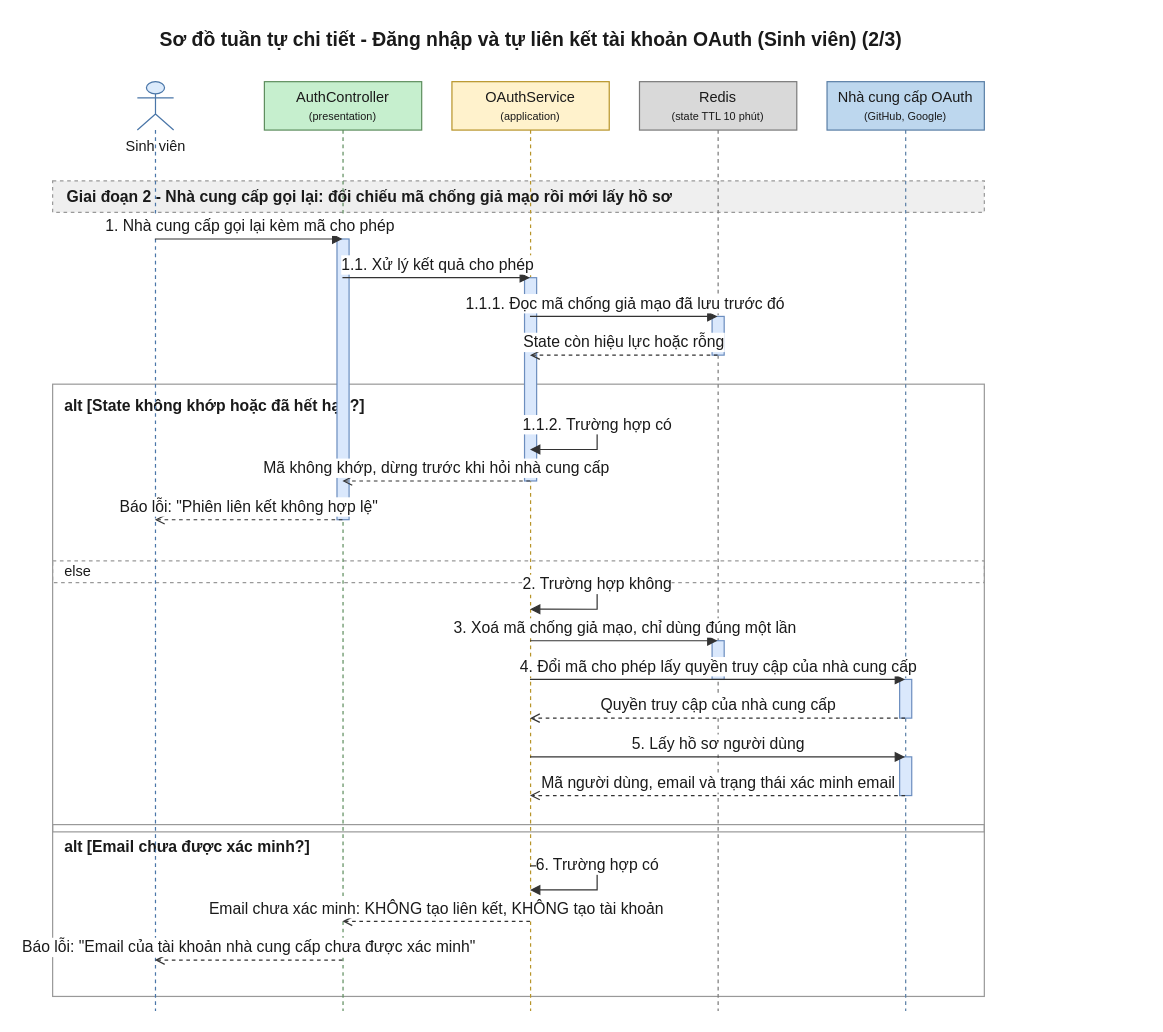
The draw.io diagram 08-diagram/sequence/user/sequence_user_lien_ket_oauth_p2.drawio in daiphu1801/PRJ_ALGOPREP, before the edit. Source tidied: cells renumbered, new cells numbered last; positions are measured from the earlier drawing's top-left corner, leaving out a move shared by most shapes. Both pictures are drawn from the tidied source at 121%, with x=0, y=0 at pixel (52, 21).
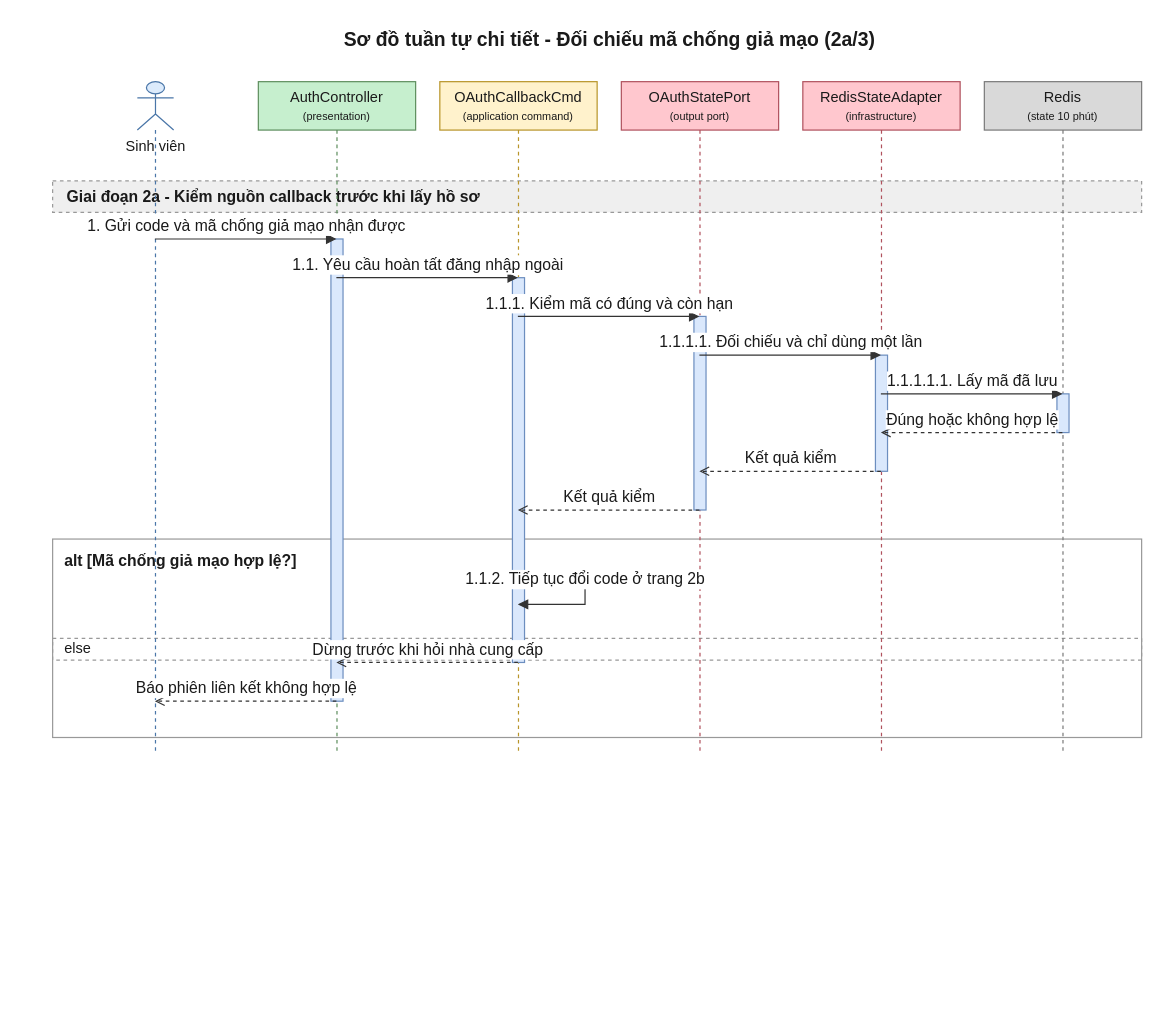
The same diagram, later.

What changed in the source:
```diff
@@
-    <mxCell id="2" value="Sơ đồ tuần tự chi tiết - Đăng nhập và tự liên kết tài khoản OAuth (Sinh viên) (2/3)" style="text;html=1;fontSize=16;fontStyle=1;align=center;verticalAlign=middle;fontColor=#1A1A1A;" parent="1" vertex="1">
-      <mxGeometry x="20" width="750" height="30" as="geometry" />
+    <mxCell id="2" value="Sơ đồ tuần tự chi tiết - Đối chiếu mã chống giả mạo (2a/3)" style="text;html=1;fontSize=16;fontStyle=1;align=center;verticalAlign=middle;fontColor=#1A1A1A;" parent="1" vertex="1">
+      <mxGeometry x="20" width="880" height="30" as="geometry" />
     </mxCell>
-    <mxCell id="3" value="alt [State không khớp hoặc đã hết hạn?]" style="algoprep=alt;rounded=0;whiteSpace=wrap;html=1;fillColor=none;strokeColor=#999999;verticalAlign=top;align=left;spacingLeft=8;spacingTop=4;fontColor=#1A1A1A;fontSize=13;fontStyle=1;dashed=0;" parent="1" vertex="1">
-      <mxGeometry y="300" width="770" height="370" as="geometry" />
+    <mxCell id="3" value="alt [Mã chống giả mạo hợp lệ?]" style="algoprep=alt;rounded=0;whiteSpace=wrap;html=1;fillColor=none;strokeColor=#999999;verticalAlign=top;align=left;spacingLeft=8;spacingTop=4;fontColor=#1A1A1A;fontSize=13;fontStyle=1;dashed=0;" parent="1" vertex="1">
+      <mxGeometry y="428" width="900" height="164" as="geometry" />
     </mxCell>
     <mxCell id="4" value="else" style="text;html=1;dashed=1;strokeColor=#999999;fillColor=none;align=left;verticalAlign=middle;spacingLeft=8;fontColor=#1A1A1A;fontSize=12;" parent="1" vertex="1">
-      <mxGeometry y="446" width="770" height="18" as="geometry" />
+      <mxGeometry y="510" width="900" height="18" as="geometry" />
     </mxCell>
-    <mxCell id="5" value="alt [Email chưa được xác minh?]" style="algoprep=alt;rounded=0;whiteSpace=wrap;html=1;fillColor=none;strokeColor=#999999;verticalAlign=top;align=left;spacingLeft=8;spacingTop=4;fontColor=#1A1A1A;fontSize=13;fontStyle=1;dashed=0;" parent="1" vertex="1">
-      <mxGeometry y="664" width="770" height="142" as="geometry" />
+    <mxCell id="5" value="Giai đoạn 2a - Kiểm nguồn callback trước khi lấy hồ sơ" style="algoprep=phase;rounded=0;whiteSpace=wrap;html=1;fillColor=#EFEFEF;strokeColor=#999999;dashed=1;align=left;verticalAlign=middle;spacingLeft=10;fontColor=#1A1A1A;fontSize=13;fontStyle=1;" parent="1" vertex="1">
+      <mxGeometry y="132" width="900" height="26" as="geometry" />
     </mxCell>
-    <mxCell id="6" value="Giai đoạn 2 - Nhà cung cấp gọi lại: đối chiếu mã chống giả mạo rồi mới lấy hồ sơ" style="algoprep=phase;rounded=0;whiteSpace=wrap;html=1;fillColor=#EFEFEF;strokeColor=#999999;dashed=1;align=left;verticalAlign=middle;spacingLeft=10;fontColor=#1A1A1A;fontSize=13;fontStyle=1;" parent="1" vertex="1">
-      <mxGeometry y="132" width="770" height="26" as="geometry" />
+    <mxCell id="6" value="Sinh viên" style="shape=umlLifeline;participant=umlActor;perimeter=lifelinePerimeter;html=1;outlineConnect=0;size=40;verticalAlign=top;spacingTop=40;fillColor=#DCEBFC;strokeColor=#4A76A8;fontColor=#1A1A1A;" parent="1" vertex="1">
+      <mxGeometry x="70" y="50" width="30" height="554" as="geometry" />
     </mxCell>
-    <mxCell id="7" value="Sinh viên" style="shape=umlLifeline;participant=umlActor;perimeter=lifelinePerimeter;html=1;outlineConnect=0;size=40;verticalAlign=top;spacingTop=40;fillColor=#DCEBFC;strokeColor=#4A76A8;fontColor=#1A1A1A;" parent="1" vertex="1">
-      <mxGeometry x="70" y="50" width="30" height="768" as="geometry" />
+    <mxCell id="7" value="AuthController&lt;br&gt;&lt;font style=&quot;font-size:9px&quot;&gt;(presentation)&lt;/font&gt;" style="shape=umlLifeline;perimeter=lifelinePerimeter;whiteSpace=wrap;html=1;outlineConnect=0;size=40;fillColor=#C6EFCE;strokeColor=#5E8E5E;fontColor=#1A1A1A;" parent="1" vertex="1">
+      <mxGeometry x="170" y="50" width="130" height="554" as="geometry" />
     </mxCell>
-    <mxCell id="8" value="AuthController&lt;br&gt;&lt;font style=&quot;font-size:9px&quot;&gt;(presentation)&lt;/font&gt;" style="shape=umlLifeline;perimeter=lifelinePerimeter;whiteSpace=wrap;html=1;outlineConnect=0;size=40;fillColor=#C6EFCE;strokeColor=#5E8E5E;fontColor=#1A1A1A;" parent="1" vertex="1">
-      <mxGeometry x="175" y="50" width="130" height="768" as="geometry" />
+    <mxCell id="8" value="OAuthCallbackCmd&lt;br&gt;&lt;font style=&quot;font-size:9px&quot;&gt;(application command)&lt;/font&gt;" style="shape=umlLifeline;perimeter=lifelinePerimeter;whiteSpace=wrap;html=1;outlineConnect=0;size=40;fillColor=#FFF2CC;strokeColor=#B8952A;fontColor=#1A1A1A;" parent="1" vertex="1">
+      <mxGeometry x="320" y="50" width="130" height="554" as="geometry" />
     </mxCell>
-    <mxCell id="9" value="OAuthService&lt;br&gt;&lt;font style=&quot;font-size:9px&quot;&gt;(application)&lt;/font&gt;" style="shape=umlLifeline;perimeter=lifelinePerimeter;whiteSpace=wrap;html=1;outlineConnect=0;size=40;fillColor=#FFF2CC;strokeColor=#B8952A;fontColor=#1A1A1A;" parent="1" vertex="1">
-      <mxGeometry x="330" y="50" width="130" height="768" as="geometry" />
+    <mxCell id="9" value="OAuthStatePort&lt;br&gt;&lt;font style=&quot;font-size:9px&quot;&gt;(output port)&lt;/font&gt;" style="shape=umlLifeline;perimeter=lifelinePerimeter;whiteSpace=wrap;html=1;outlineConnect=0;size=40;fillColor=#FFC7CE;strokeColor=#B0525E;fontColor=#1A1A1A;" parent="1" vertex="1">
+      <mxGeometry x="470" y="50" width="130" height="554" as="geometry" />
     </mxCell>
-    <mxCell id="10" value="Redis&lt;br&gt;&lt;font style=&quot;font-size:9px&quot;&gt;(state TTL 10 phút)&lt;/font&gt;" style="shape=umlLifeline;perimeter=lifelinePerimeter;whiteSpace=wrap;html=1;outlineConnect=0;size=40;fillColor=#D9D9D9;strokeColor=#7A7A7A;fontColor=#1A1A1A;" parent="1" vertex="1">
-      <mxGeometry x="485" y="50" width="130" height="768" as="geometry" />
+    <mxCell id="10" value="RedisStateAdapter&lt;br&gt;&lt;font style=&quot;font-size:9px&quot;&gt;(infrastructure)&lt;/font&gt;" style="shape=umlLifeline;perimeter=lifelinePerimeter;whiteSpace=wrap;html=1;outlineConnect=0;size=40;fillColor=#FFC7CE;strokeColor=#B0525E;fontColor=#1A1A1A;" parent="1" vertex="1">
+      <mxGeometry x="620" y="50" width="130" height="554" as="geometry" />
     </mxCell>
-    <mxCell id="11" value="Nhà cung cấp OAuth&lt;br&gt;&lt;font style=&quot;font-size:9px&quot;&gt;(GitHub, Google)&lt;/font&gt;" style="shape=umlLifeline;perimeter=lifelinePerimeter;whiteSpace=wrap;html=1;outlineConnect=0;size=40;fillColor=#BDD7EE;strokeColor=#5A7FA6;fontColor=#1A1A1A;" parent="1" vertex="1">
-      <mxGeometry x="640" y="50" width="130" height="768" as="geometry" />
+    <mxCell id="11" value="Redis&lt;br&gt;&lt;font style=&quot;font-size:9px&quot;&gt;(state 10 phút)&lt;/font&gt;" style="shape=umlLifeline;perimeter=lifelinePerimeter;whiteSpace=wrap;html=1;outlineConnect=0;size=40;fillColor=#D9D9D9;strokeColor=#7A7A7A;fontColor=#1A1A1A;" parent="1" vertex="1">
+      <mxGeometry x="770" y="50" width="130" height="554" as="geometry" />
     </mxCell>
-    <mxCell id="12" style="html=1;perimeter=orthogonalPerimeter;targetShapes=umlLifeline;fillColor=#DAE8FC;strokeColor=#6C8EBF;" parent="10" vertex="1">
-      <mxGeometry x="60" y="194" width="10" height="32" as="geometry" />
+    <mxCell id="12" style="html=1;perimeter=orthogonalPerimeter;targetShapes=umlLifeline;fillColor=#DAE8FC;strokeColor=#6C8EBF;" parent="11" vertex="1">
+      <mxGeometry x="60" y="258" width="10" height="32" as="geometry" />
     </mxCell>
-    <mxCell id="13" style="html=1;perimeter=orthogonalPerimeter;targetShapes=umlLifeline;fillColor=#DAE8FC;strokeColor=#6C8EBF;" parent="9" vertex="1">
-      <mxGeometry x="60" y="162" width="10" height="168" as="geometry" />
+    <mxCell id="13" style="html=1;perimeter=orthogonalPerimeter;targetShapes=umlLifeline;fillColor=#DAE8FC;strokeColor=#6C8EBF;" parent="10" vertex="1">
+      <mxGeometry x="60" y="226" width="10" height="96" as="geometry" />
     </mxCell>
-    <mxCell id="14" style="html=1;perimeter=orthogonalPerimeter;targetShapes=umlLifeline;fillColor=#DAE8FC;strokeColor=#6C8EBF;" parent="8" vertex="1">
-      <mxGeometry x="60" y="130" width="10" height="232" as="geometry" />
+    <mxCell id="14" style="html=1;perimeter=orthogonalPerimeter;targetShapes=umlLifeline;fillColor=#DAE8FC;strokeColor=#6C8EBF;" parent="9" vertex="1">
+      <mxGeometry x="60" y="194" width="10" height="160" as="geometry" />
     </mxCell>
-    <mxCell id="15" style="html=1;perimeter=orthogonalPerimeter;targetShapes=umlLifeline;fillColor=#DAE8FC;strokeColor=#6C8EBF;" parent="10" vertex="1">
-      <mxGeometry x="60" y="462" width="10" height="32" as="geometry" />
+    <mxCell id="15" style="html=1;perimeter=orthogonalPerimeter;targetShapes=umlLifeline;fillColor=#DAE8FC;strokeColor=#6C8EBF;" parent="8" vertex="1">
+      <mxGeometry x="60" y="162" width="10" height="318" as="geometry" />
     </mxCell>
-    <mxCell id="16" style="html=1;perimeter=orthogonalPerimeter;targetShapes=umlLifeline;fillColor=#DAE8FC;strokeColor=#6C8EBF;" parent="11" vertex="1">
-      <mxGeometry x="60" y="494" width="10" height="32" as="geometry" />
+    <mxCell id="16" style="html=1;perimeter=orthogonalPerimeter;targetShapes=umlLifeline;fillColor=#DAE8FC;strokeColor=#6C8EBF;" parent="7" vertex="1">
+      <mxGeometry x="60" y="130" width="10" height="382" as="geometry" />
     </mxCell>
-    <mxCell id="17" style="html=1;perimeter=orthogonalPerimeter;targetShapes=umlLifeline;fillColor=#DAE8FC;strokeColor=#6C8EBF;" parent="11" vertex="1">
-      <mxGeometry x="60" y="558" width="10" height="32" as="geometry" />
-    </mxCell>
+    <mxCell id="34" value="1. Gửi code và mã chống giả mạo nhận được" style="edgeStyle=none;html=1;endArrow=block;endFill=1;strokeColor=#333333;fontColor=#1A1A1A;fontSize=13;verticalAlign=bottom;exitX=0.5;exitY=0.2347;exitDx=0;exitDy=0;entryX=0.5;entryY=0.2347;entryDx=0;entryDy=0;" parent="1" edge="1" source="6" target="7">
+      <mxGeometry relative="1" as="geometry" />
+    </mxCell>
-    <mxCell id="18" value="1. Nhà cung cấp gọi lại kèm mã cho phép" style="edgeStyle=none;html=1;endArrow=block;endFill=1;strokeColor=#333333;fontColor=#1A1A1A;fontSize=13;verticalAlign=bottom;exitX=0.5;exitY=0.1693;exitDx=0;exitDy=0;entryX=0.5;entryY=0.1693;entryDx=0;entryDy=0;" parent="1" edge="1" source="7" target="8">
+    <mxCell id="18" value="1.1. Yêu cầu hoàn tất đăng nhập ngoài" style="edgeStyle=none;html=1;endArrow=block;endFill=1;strokeColor=#333333;fontColor=#1A1A1A;fontSize=13;verticalAlign=bottom;exitX=0.5;exitY=0.2924;exitDx=0;exitDy=0;entryX=0.5;entryY=0.2924;entryDx=0;entryDy=0;" parent="1" edge="1" source="7" target="8">
       <mxGeometry relative="1" as="geometry" />
     </mxCell>
-    <mxCell id="19" value="1.1. Xử lý kết quả cho phép" style="edgeStyle=none;html=1;endArrow=block;endFill=1;strokeColor=#333333;fontColor=#1A1A1A;fontSize=13;verticalAlign=bottom;exitX=0.5;exitY=0.2109;exitDx=0;exitDy=0;entryX=0.5;entryY=0.2109;entryDx=0;entryDy=0;" parent="1" edge="1" source="8" target="9">
+    <mxCell id="19" value="1.1.1. Kiểm mã có đúng và còn hạn" style="edgeStyle=none;html=1;endArrow=block;endFill=1;strokeColor=#333333;fontColor=#1A1A1A;fontSize=13;verticalAlign=bottom;exitX=0.5;exitY=0.3502;exitDx=0;exitDy=0;entryX=0.5;entryY=0.3502;entryDx=0;entryDy=0;" parent="1" edge="1" source="8" target="9">
       <mxGeometry relative="1" as="geometry" />
     </mxCell>
-    <mxCell id="20" value="1.1.1. Đọc mã chống giả mạo đã lưu trước đó" style="edgeStyle=none;html=1;endArrow=block;endFill=1;strokeColor=#333333;fontColor=#1A1A1A;fontSize=13;verticalAlign=bottom;exitX=0.5;exitY=0.2526;exitDx=0;exitDy=0;entryX=0.5;entryY=0.2526;entryDx=0;entryDy=0;" parent="1" edge="1" source="9" target="10">
+    <mxCell id="20" value="1.1.1.1. Đối chiếu và chỉ dùng một lần" style="edgeStyle=none;html=1;endArrow=block;endFill=1;strokeColor=#333333;fontColor=#1A1A1A;fontSize=13;verticalAlign=bottom;exitX=0.5;exitY=0.4079;exitDx=0;exitDy=0;entryX=0.5;entryY=0.4079;entryDx=0;entryDy=0;" parent="1" edge="1" source="9" target="10">
       <mxGeometry relative="1" as="geometry" />
     </mxCell>
-    <mxCell id="21" value="State còn hiệu lực hoặc rỗng" style="edgeStyle=none;html=1;endArrow=open;endFill=0;dashed=1;strokeColor=#333333;fontColor=#1A1A1A;fontSize=13;verticalAlign=bottom;exitX=0.5;exitY=0.2943;exitDx=0;exitDy=0;entryX=0.5;entryY=0.2943;entryDx=0;entryDy=0;" parent="1" edge="1" source="10" target="9">
+    <mxCell id="21" value="1.1.1.1.1. Lấy mã đã lưu" style="edgeStyle=none;html=1;endArrow=block;endFill=1;strokeColor=#333333;fontColor=#1A1A1A;fontSize=13;verticalAlign=bottom;exitX=0.5;exitY=0.4657;exitDx=0;exitDy=0;entryX=0.5;entryY=0.4657;entryDx=0;entryDy=0;" parent="1" edge="1" source="10" target="11">
       <mxGeometry relative="1" as="geometry" />
     </mxCell>
-    <mxCell id="22" value="1.1.2. Trường hợp có" style="edgeStyle=orthogonalEdgeStyle;rounded=0;html=1;endArrow=block;endFill=1;strokeColor=#333333;fontColor=#1A1A1A;fontSize=13;verticalAlign=bottom;exitX=0.5;exitY=0.3698;exitDx=0;exitDy=0;entryX=0.5;entryY=0.3958;entryDx=0;entryDy=0;" parent="1" edge="1" source="9" target="9">
-      <mxGeometry relative="1" as="geometry">
-        <Array as="points">
-          <mxPoint x="450" y="334" />
-          <mxPoint x="450" y="354" />
-        </Array>
-      </mxGeometry>
+    <mxCell id="22" value="Đúng hoặc không hợp lệ" style="edgeStyle=none;html=1;endArrow=open;endFill=0;dashed=1;strokeColor=#333333;fontColor=#1A1A1A;fontSize=13;verticalAlign=bottom;exitX=0.5;exitY=0.5235;exitDx=0;exitDy=0;entryX=0.5;entryY=0.5235;entryDx=0;entryDy=0;" parent="1" edge="1" source="11" target="10">
+      <mxGeometry relative="1" as="geometry" />
     </mxCell>
-    <mxCell id="23" value="Mã không khớp, dừng trước khi hỏi nhà cung cấp" style="edgeStyle=none;html=1;endArrow=open;endFill=0;dashed=1;strokeColor=#333333;fontColor=#1A1A1A;fontSize=13;verticalAlign=bottom;exitX=0.5;exitY=0.4297;exitDx=0;exitDy=0;entryX=0.5;entryY=0.4297;entryDx=0;entryDy=0;" parent="1" edge="1" source="9" target="8">
+    <mxCell id="23" value="Kết quả kiểm" style="edgeStyle=none;html=1;endArrow=open;endFill=0;dashed=1;strokeColor=#333333;fontColor=#1A1A1A;fontSize=13;verticalAlign=bottom;exitX=0.5;exitY=0.5812;exitDx=0;exitDy=0;entryX=0.5;entryY=0.5812;entryDx=0;entryDy=0;" parent="1" edge="1" source="10" target="9">
       <mxGeometry relative="1" as="geometry" />
     </mxCell>
-    <mxCell id="24" value="Báo lỗi: &quot;Phiên liên kết không hợp lệ&quot;" style="edgeStyle=none;html=1;endArrow=open;endFill=0;dashed=1;strokeColor=#333333;fontColor=#1A1A1A;fontSize=13;verticalAlign=bottom;exitX=0.5;exitY=0.4714;exitDx=0;exitDy=0;entryX=0.5;entryY=0.4714;entryDx=0;entryDy=0;" parent="1" edge="1" source="8" target="7">
+    <mxCell id="24" value="Kết quả kiểm" style="edgeStyle=none;html=1;endArrow=open;endFill=0;dashed=1;strokeColor=#333333;fontColor=#1A1A1A;fontSize=13;verticalAlign=bottom;exitX=0.5;exitY=0.6390;exitDx=0;exitDy=0;entryX=0.5;entryY=0.6390;entryDx=0;entryDy=0;" parent="1" edge="1" source="9" target="8">
       <mxGeometry relative="1" as="geometry" />
     </mxCell>
-    <mxCell id="25" value="2. Trường hợp không" style="edgeStyle=orthogonalEdgeStyle;rounded=0;html=1;endArrow=block;endFill=1;strokeColor=#333333;fontColor=#1A1A1A;fontSize=13;verticalAlign=bottom;exitX=0.5;exitY=0.5417;exitDx=0;exitDy=0;entryX=0.5;entryY=0.5677;entryDx=0;entryDy=0;" parent="1" edge="1" source="9" target="9">
+    <mxCell id="25" value="1.1.2. Tiếp tục đổi code ở trang 2b" style="edgeStyle=orthogonalEdgeStyle;rounded=0;html=1;endArrow=block;endFill=1;strokeColor=#333333;fontColor=#1A1A1A;fontSize=13;verticalAlign=bottom;exitX=0.5;exitY=0.7437;exitDx=0;exitDy=0;entryX=0.5;entryY=0.7798;entryDx=0;entryDy=0;" parent="1" edge="1" source="8" target="8">
       <mxGeometry relative="1" as="geometry">
         <Array as="points">
-          <mxPoint x="450" y="466" />
-          <mxPoint x="450" y="486" />
+          <mxPoint x="440" y="462" />
+          <mxPoint x="440" y="482" />
         </Array>
       </mxGeometry>
     </mxCell>
-    <mxCell id="26" value="3. Xoá mã chống giả mạo, chỉ dùng đúng một lần" style="edgeStyle=none;html=1;endArrow=block;endFill=1;strokeColor=#333333;fontColor=#1A1A1A;fontSize=13;verticalAlign=bottom;exitX=0.5;exitY=0.6016;exitDx=0;exitDy=0;entryX=0.5;entryY=0.6016;entryDx=0;entryDy=0;" parent="1" edge="1" source="9" target="10">
+    <mxCell id="26" value="Dừng trước khi hỏi nhà cung cấp" style="edgeStyle=none;html=1;endArrow=open;endFill=0;dashed=1;strokeColor=#333333;fontColor=#1A1A1A;fontSize=13;verticalAlign=bottom;exitX=0.5;exitY=0.8664;exitDx=0;exitDy=0;entryX=0.5;entryY=0.8664;entryDx=0;entryDy=0;" parent="1" edge="1" source="8" target="7">
       <mxGeometry relative="1" as="geometry" />
     </mxCell>
-    <mxCell id="27" value="4. Đổi mã cho phép lấy quyền truy cập của nhà cung cấp" style="edgeStyle=none;html=1;endArrow=block;endFill=1;strokeColor=#333333;fontColor=#1A1A1A;fontSize=13;verticalAlign=bottom;exitX=0.5;exitY=0.6432;exitDx=0;exitDy=0;entryX=0.5;entryY=0.6432;entryDx=0;entryDy=0;" parent="1" edge="1" source="9" target="11">
+    <mxCell id="27" value="Báo phiên liên kết không hợp lệ" style="edgeStyle=none;html=1;endArrow=open;endFill=0;dashed=1;strokeColor=#333333;fontColor=#1A1A1A;fontSize=13;verticalAlign=bottom;exitX=0.5;exitY=0.9242;exitDx=0;exitDy=0;entryX=0.5;entryY=0.9242;entryDx=0;entryDy=0;" parent="1" edge="1" source="7" target="6">
       <mxGeometry relative="1" as="geometry" />
     </mxCell>
-    <mxCell id="28" value="Quyền truy cập của nhà cung cấp" style="edgeStyle=none;html=1;endArrow=open;endFill=0;dashed=1;strokeColor=#333333;fontColor=#1A1A1A;fontSize=13;verticalAlign=bottom;exitX=0.5;exitY=0.6849;exitDx=0;exitDy=0;entryX=0.5;entryY=0.6849;entryDx=0;entryDy=0;" parent="1" edge="1" source="11" target="9">
-      <mxGeometry relative="1" as="geometry" />
-    </mxCell>
-    <mxCell id="29" value="5. Lấy hồ sơ người dùng" style="edgeStyle=none;html=1;endArrow=block;endFill=1;strokeColor=#333333;fontColor=#1A1A1A;fontSize=13;verticalAlign=bottom;exitX=0.5;exitY=0.7266;exitDx=0;exitDy=0;entryX=0.5;entryY=0.7266;entryDx=0;entryDy=0;" parent="1" edge="1" source="9" target="11">
-      <mxGeometry relative="1" as="geometry" />
-    </mxCell>
-    <mxCell id="30" value="Mã người dùng, email và trạng thái xác minh email" style="edgeStyle=none;html=1;endArrow=open;endFill=0;dashed=1;strokeColor=#333333;fontColor=#1A1A1A;fontSize=13;verticalAlign=bottom;exitX=0.5;exitY=0.7682;exitDx=0;exitDy=0;entryX=0.5;entryY=0.7682;entryDx=0;entryDy=0;" parent="1" edge="1" source="11" target="9">
-      <mxGeometry relative="1" as="geometry" />
-    </mxCell>
-    <mxCell id="31" value="6. Trường hợp có" style="edgeStyle=orthogonalEdgeStyle;rounded=0;html=1;endArrow=block;endFill=1;strokeColor=#333333;fontColor=#1A1A1A;fontSize=13;verticalAlign=bottom;exitX=0.5;exitY=0.8438;exitDx=0;exitDy=0;entryX=0.5;entryY=0.8698;entryDx=0;entryDy=0;" parent="1" edge="1" source="9" target="9">
-      <mxGeometry relative="1" as="geometry">
-        <Array as="points">
-          <mxPoint x="450" y="698" />
-          <mxPoint x="450" y="718" />
-        </Array>
-      </mxGeometry>
-    </mxCell>
-    <mxCell id="32" value="Email chưa xác minh: KHÔNG tạo liên kết, KHÔNG tạo tài khoản" style="edgeStyle=none;html=1;endArrow=open;endFill=0;dashed=1;strokeColor=#333333;fontColor=#1A1A1A;fontSize=13;verticalAlign=bottom;exitX=0.5;exitY=0.9036;exitDx=0;exitDy=0;entryX=0.5;entryY=0.9036;entryDx=0;entryDy=0;" parent="1" edge="1" source="9" target="8">
-      <mxGeometry relative="1" as="geometry" />
-    </mxCell>
-    <mxCell id="33" value="Báo lỗi: &quot;Email của tài khoản nhà cung cấp chưa được xác minh&quot;" style="edgeStyle=none;html=1;endArrow=open;endFill=0;dashed=1;strokeColor=#333333;fontColor=#1A1A1A;fontSize=13;verticalAlign=bottom;exitX=0.5;exitY=0.9453;exitDx=0;exitDy=0;entryX=0.5;entryY=0.9453;entryDx=0;entryDy=0;" parent="1" edge="1" source="8" target="7">
-      <mxGeometry relative="1" as="geometry" />
-    </mxCell>
```
